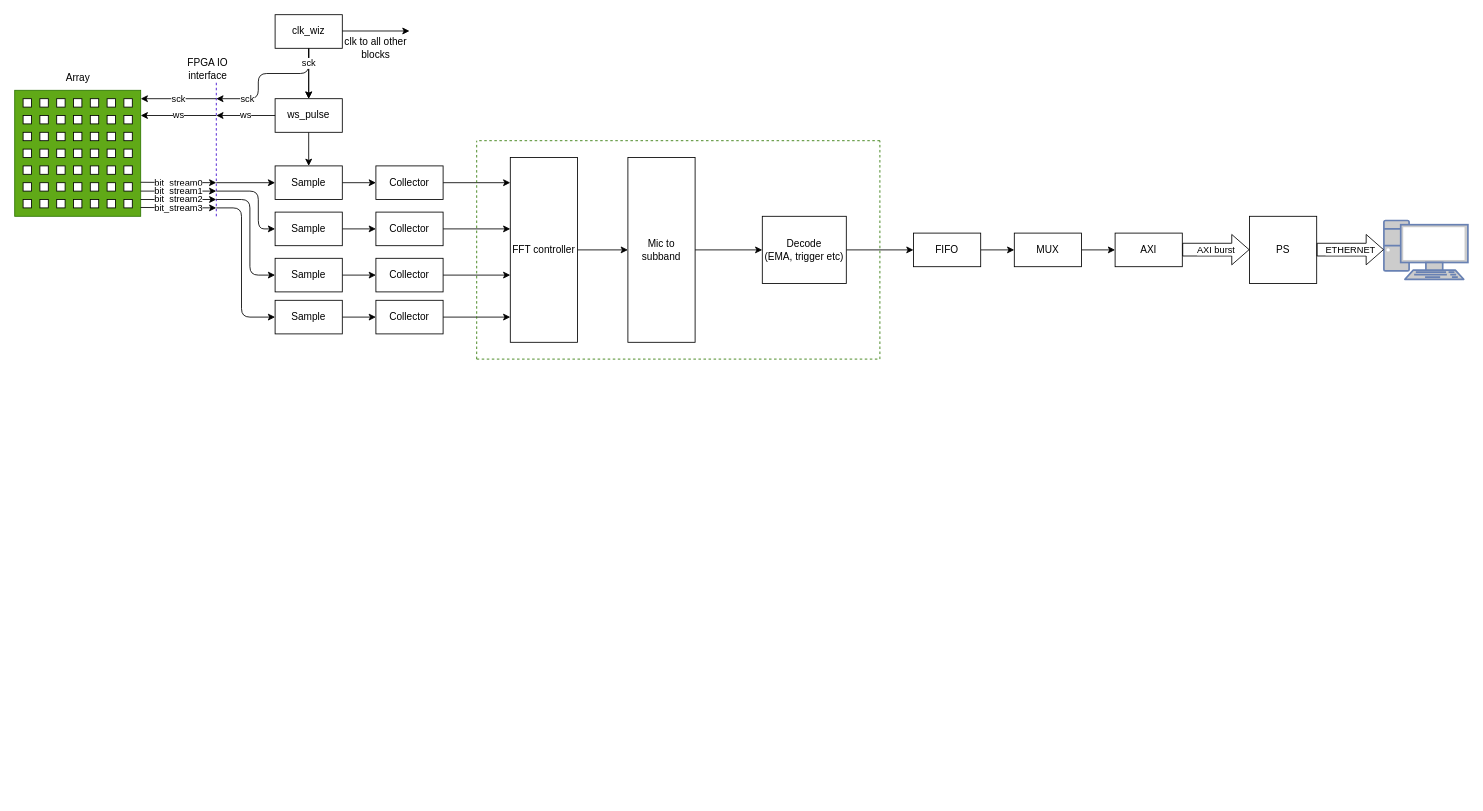
Before: doc/diagrams_exjobb/overviews/overview_2.dio in acoustic-warfare/FPGA-sampling, a draw.io diagram. Source tidied: cells renumbered, new cells numbered last; positions are measured from the earlier drawing's top-left corner, leaving out a move shared by most shapes. Both pictures are drawn from the tidied source at 84%, with x=0, y=0 at pixel (14, 14).
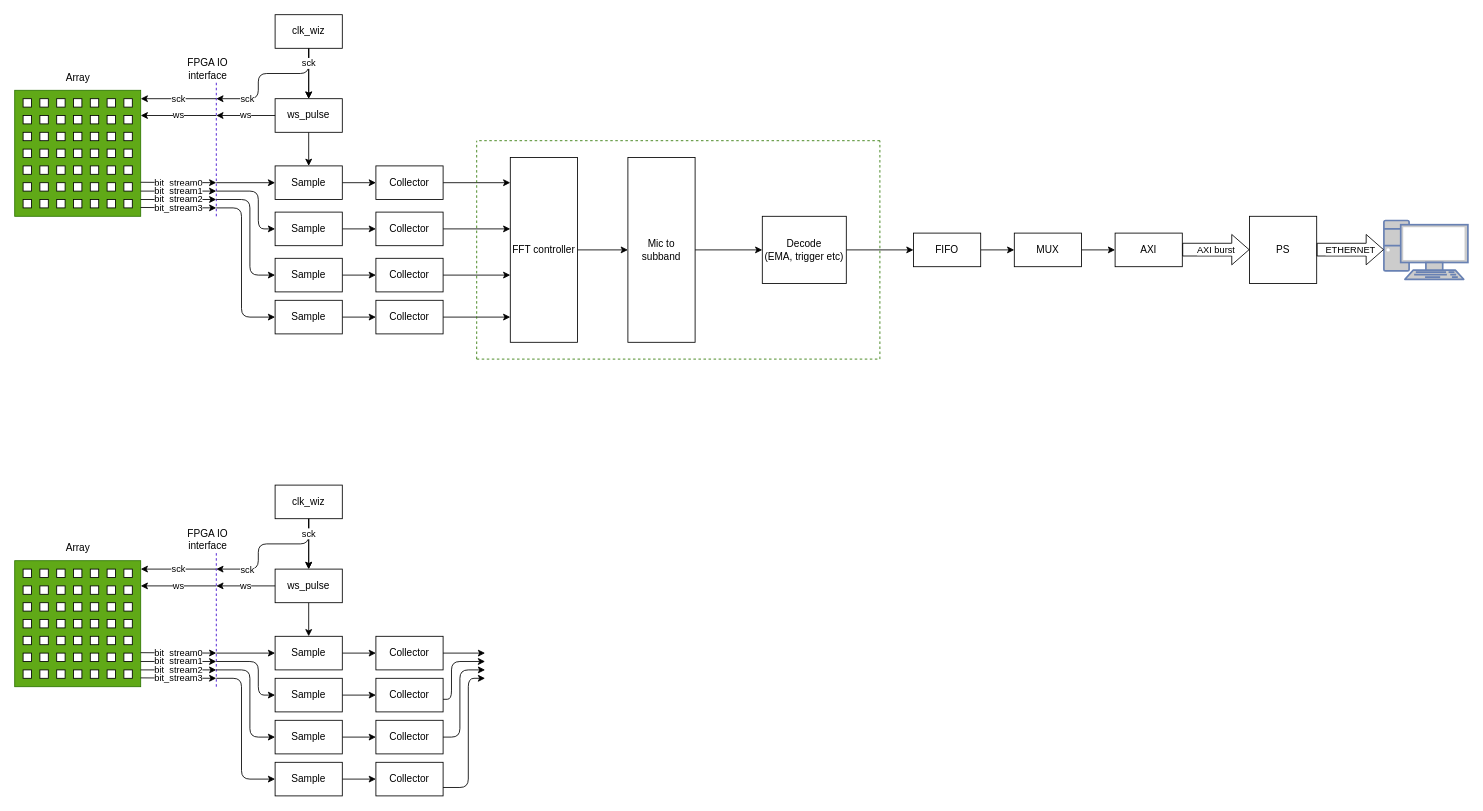
The same page after the edit.

Diff of the diagram source:
```diff
@@
-    <mxCell id="70" style="endArrow=classic;html=1;" parent="1" edge="1">
-      <mxGeometry relative="1" as="geometry">
-        <mxPoint x="390" y="19.4" as="sourcePoint" />
-        <mxPoint x="470" y="19.4" as="targetPoint" />
-      </mxGeometry>
-    </mxCell>
-    <mxCell id="71" value="clk to all other blocks" style="text;html=1;align=center;verticalAlign=middle;whiteSpace=wrap;rounded=0;" parent="1" vertex="1">
-      <mxGeometry x="390" y="20" width="80" height="40" as="geometry" />
-    </mxCell>
@@
+    <mxCell id="110" style="rounded=0;whiteSpace=wrap;html=1;fillColor=#60a917;fontColor=#ffffff;strokeColor=#2D7600;" parent="1" vertex="1">
+      <mxGeometry y="650" width="150" height="150" as="geometry" />
+    </mxCell>
+    <mxCell id="111" style="rounded=0;whiteSpace=wrap;html=1;" parent="1" vertex="1">
+      <mxGeometry x="10" y="660" width="10" height="10" as="geometry" />
+    </mxCell>
+    <mxCell id="112" style="rounded=0;whiteSpace=wrap;html=1;" parent="1" vertex="1">
+      <mxGeometry x="30" y="660" width="10" height="10" as="geometry" />
+    </mxCell>
+    <mxCell id="113" style="rounded=0;whiteSpace=wrap;html=1;" parent="1" vertex="1">
+      <mxGeometry x="50" y="660" width="10" height="10" as="geometry" />
+    </mxCell>
+    <mxCell id="114" style="rounded=0;whiteSpace=wrap;html=1;" parent="1" vertex="1">
+      <mxGeometry x="70" y="660" width="10" height="10" as="geometry" />
+    </mxCell>
+    <mxCell id="115" style="rounded=0;whiteSpace=wrap;html=1;" parent="1" vertex="1">
+      <mxGeometry x="90" y="660" width="10" height="10" as="geometry" />
+    </mxCell>
+    <mxCell id="116" style="rounded=0;whiteSpace=wrap;html=1;" parent="1" vertex="1">
+      <mxGeometry x="110" y="660" width="10" height="10" as="geometry" />
+    </mxCell>
+    <mxCell id="117" style="rounded=0;whiteSpace=wrap;html=1;" parent="1" vertex="1">
+      <mxGeometry x="130" y="660" width="10" height="10" as="geometry" />
+    </mxCell>
+    <mxCell id="118" style="rounded=0;whiteSpace=wrap;html=1;" parent="1" vertex="1">
+      <mxGeometry x="10" y="680" width="10" height="10" as="geometry" />
+    </mxCell>
+    <mxCell id="119" style="rounded=0;whiteSpace=wrap;html=1;" parent="1" vertex="1">
+      <mxGeometry x="30" y="680" width="10" height="10" as="geometry" />
+    </mxCell>
+    <mxCell id="120" style="rounded=0;whiteSpace=wrap;html=1;" parent="1" vertex="1">
+      <mxGeometry x="50" y="680" width="10" height="10" as="geometry" />
+    </mxCell>
+    <mxCell id="121" style="rounded=0;whiteSpace=wrap;html=1;" parent="1" vertex="1">
+      <mxGeometry x="70" y="680" width="10" height="10" as="geometry" />
+    </mxCell>
+    <mxCell id="122" style="rounded=0;whiteSpace=wrap;html=1;" parent="1" vertex="1">
+      <mxGeometry x="90" y="680" width="10" height="10" as="geometry" />
+    </mxCell>
+    <mxCell id="123" style="rounded=0;whiteSpace=wrap;html=1;" parent="1" vertex="1">
+      <mxGeometry x="110" y="680" width="10" height="10" as="geometry" />
+    </mxCell>
+    <mxCell id="124" style="rounded=0;whiteSpace=wrap;html=1;" parent="1" vertex="1">
+      <mxGeometry x="130" y="680" width="10" height="10" as="geometry" />
+    </mxCell>
+    <mxCell id="125" style="rounded=0;whiteSpace=wrap;html=1;" parent="1" vertex="1">
+      <mxGeometry x="10" y="700" width="10" height="10" as="geometry" />
+    </mxCell>
+    <mxCell id="126" style="rounded=0;whiteSpace=wrap;html=1;" parent="1" vertex="1">
+      <mxGeometry x="30" y="700" width="10" height="10" as="geometry" />
+    </mxCell>
+    <mxCell id="127" style="rounded=0;whiteSpace=wrap;html=1;" parent="1" vertex="1">
+      <mxGeometry x="50" y="700" width="10" height="10" as="geometry" />
+    </mxCell>
+    <mxCell id="128" style="rounded=0;whiteSpace=wrap;html=1;" parent="1" vertex="1">
+      <mxGeometry x="70" y="700" width="10" height="10" as="geometry" />
+    </mxCell>
+    <mxCell id="129" style="rounded=0;whiteSpace=wrap;html=1;" parent="1" vertex="1">
+      <mxGeometry x="90" y="700" width="10" height="10" as="geometry" />
+    </mxCell>
+    <mxCell id="130" style="rounded=0;whiteSpace=wrap;html=1;" parent="1" vertex="1">
+      <mxGeometry x="110" y="700" width="10" height="10" as="geometry" />
+    </mxCell>
+    <mxCell id="131" style="rounded=0;whiteSpace=wrap;html=1;" parent="1" vertex="1">
+      <mxGeometry x="130" y="700" width="10" height="10" as="geometry" />
+    </mxCell>
+    <mxCell id="132" style="rounded=0;whiteSpace=wrap;html=1;" parent="1" vertex="1">
+      <mxGeometry x="10" y="720" width="10" height="10" as="geometry" />
+    </mxCell>
+    <mxCell id="133" style="rounded=0;whiteSpace=wrap;html=1;" parent="1" vertex="1">
+      <mxGeometry x="30" y="720" width="10" height="10" as="geometry" />
+    </mxCell>
+    <mxCell id="134" style="rounded=0;whiteSpace=wrap;html=1;" parent="1" vertex="1">
+      <mxGeometry x="50" y="720" width="10" height="10" as="geometry" />
+    </mxCell>
+    <mxCell id="135" style="rounded=0;whiteSpace=wrap;html=1;" parent="1" vertex="1">
+      <mxGeometry x="70" y="720" width="10" height="10" as="geometry" />
+    </mxCell>
+    <mxCell id="136" style="rounded=0;whiteSpace=wrap;html=1;" parent="1" vertex="1">
+      <mxGeometry x="90" y="720" width="10" height="10" as="geometry" />
+    </mxCell>
+    <mxCell id="137" style="rounded=0;whiteSpace=wrap;html=1;" parent="1" vertex="1">
+      <mxGeometry x="110" y="720" width="10" height="10" as="geometry" />
+    </mxCell>
+    <mxCell id="138" style="rounded=0;whiteSpace=wrap;html=1;" parent="1" vertex="1">
+      <mxGeometry x="130" y="720" width="10" height="10" as="geometry" />
+    </mxCell>
+    <mxCell id="139" style="rounded=0;whiteSpace=wrap;html=1;" parent="1" vertex="1">
+      <mxGeometry x="10" y="740" width="10" height="10" as="geometry" />
+    </mxCell>
+    <mxCell id="140" style="rounded=0;whiteSpace=wrap;html=1;" parent="1" vertex="1">
+      <mxGeometry x="30" y="740" width="10" height="10" as="geometry" />
+    </mxCell>
+    <mxCell id="141" style="rounded=0;whiteSpace=wrap;html=1;" parent="1" vertex="1">
+      <mxGeometry x="50" y="740" width="10" height="10" as="geometry" />
+    </mxCell>
+    <mxCell id="142" style="rounded=0;whiteSpace=wrap;html=1;" parent="1" vertex="1">
+      <mxGeometry x="70" y="740" width="10" height="10" as="geometry" />
+    </mxCell>
+    <mxCell id="143" style="rounded=0;whiteSpace=wrap;html=1;" parent="1" vertex="1">
+      <mxGeometry x="90" y="740" width="10" height="10" as="geometry" />
+    </mxCell>
+    <mxCell id="144" style="rounded=0;whiteSpace=wrap;html=1;" parent="1" vertex="1">
+      <mxGeometry x="110" y="740" width="10" height="10" as="geometry" />
+    </mxCell>
+    <mxCell id="145" style="rounded=0;whiteSpace=wrap;html=1;" parent="1" vertex="1">
+      <mxGeometry x="130" y="740" width="10" height="10" as="geometry" />
+    </mxCell>
+    <mxCell id="146" style="rounded=0;whiteSpace=wrap;html=1;" parent="1" vertex="1">
+      <mxGeometry x="10" y="760" width="10" height="10" as="geometry" />
+    </mxCell>
+    <mxCell id="147" style="rounded=0;whiteSpace=wrap;html=1;" parent="1" vertex="1">
+      <mxGeometry x="30" y="760" width="10" height="10" as="geometry" />
+    </mxCell>
+    <mxCell id="148" style="rounded=0;whiteSpace=wrap;html=1;" parent="1" vertex="1">
+      <mxGeometry x="50" y="760" width="10" height="10" as="geometry" />
+    </mxCell>
+    <mxCell id="149" style="rounded=0;whiteSpace=wrap;html=1;" parent="1" vertex="1">
+      <mxGeometry x="70" y="760" width="10" height="10" as="geometry" />
+    </mxCell>
+    <mxCell id="150" style="rounded=0;whiteSpace=wrap;html=1;" parent="1" vertex="1">
+      <mxGeometry x="90" y="760" width="10" height="10" as="geometry" />
+    </mxCell>
+    <mxCell id="151" style="rounded=0;whiteSpace=wrap;html=1;" parent="1" vertex="1">
+      <mxGeometry x="110" y="760" width="10" height="10" as="geometry" />
+    </mxCell>
+    <mxCell id="152" style="rounded=0;whiteSpace=wrap;html=1;" parent="1" vertex="1">
+      <mxGeometry x="130" y="760" width="10" height="10" as="geometry" />
+    </mxCell>
+    <mxCell id="153" style="rounded=0;whiteSpace=wrap;html=1;" parent="1" vertex="1">
+      <mxGeometry x="10" y="780" width="10" height="10" as="geometry" />
+    </mxCell>
+    <mxCell id="154" style="rounded=0;whiteSpace=wrap;html=1;" parent="1" vertex="1">
+      <mxGeometry x="30" y="780" width="10" height="10" as="geometry" />
+    </mxCell>
+    <mxCell id="155" style="rounded=0;whiteSpace=wrap;html=1;" parent="1" vertex="1">
+      <mxGeometry x="50" y="780" width="10" height="10" as="geometry" />
+    </mxCell>
+    <mxCell id="156" style="rounded=0;whiteSpace=wrap;html=1;" parent="1" vertex="1">
+      <mxGeometry x="70" y="780" width="10" height="10" as="geometry" />
+    </mxCell>
+    <mxCell id="157" style="rounded=0;whiteSpace=wrap;html=1;" parent="1" vertex="1">
+      <mxGeometry x="90" y="780" width="10" height="10" as="geometry" />
+    </mxCell>
+    <mxCell id="158" style="rounded=0;whiteSpace=wrap;html=1;" parent="1" vertex="1">
+      <mxGeometry x="110" y="780" width="10" height="10" as="geometry" />
+    </mxCell>
+    <mxCell id="159" style="rounded=0;whiteSpace=wrap;html=1;" parent="1" vertex="1">
+      <mxGeometry x="130" y="780" width="10" height="10" as="geometry" />
+    </mxCell>
+    <mxCell id="160" value="Array" style="text;html=1;align=center;verticalAlign=middle;strokeColor=none;fillColor=none;" parent="1" vertex="1">
+      <mxGeometry x="50" y="620" width="50" height="30" as="geometry" />
+    </mxCell>
+    <mxCell id="161" value="bit_stream0" style="endArrow=classic;html=1;entryX=0;entryY=0;entryDx=0;entryDy=0;entryPerimeter=0;" parent="1" edge="1" target="179">
+      <mxGeometry relative="1" as="geometry">
+        <mxPoint x="150" y="759.5" as="sourcePoint" />
+      </mxGeometry>
+    </mxCell>
+    <mxCell id="162" value="ws" style="endArrow=classic;html=1;" parent="1" edge="1">
+      <mxGeometry relative="1" as="geometry">
+        <mxPoint x="240" y="680" as="sourcePoint" />
+        <mxPoint x="150" y="680" as="targetPoint" />
+      </mxGeometry>
+    </mxCell>
+    <mxCell id="163" value="sck" style="endArrow=classic;html=1;" parent="1" edge="1">
+      <mxGeometry relative="1" as="geometry">
+        <mxPoint x="240" y="660" as="sourcePoint" />
+        <mxPoint x="150" y="660" as="targetPoint" />
+      </mxGeometry>
+    </mxCell>
+    <mxCell id="164" value="bit_stream1" style="endArrow=classic;html=1;entryX=0;entryY=0;entryDx=0;entryDy=0;entryPerimeter=0;" parent="1" edge="1" target="190">
+      <mxGeometry relative="1" as="geometry">
+        <mxPoint x="150" y="770" as="sourcePoint" />
+      </mxGeometry>
+    </mxCell>
+    <mxCell id="165" value="bit_stream2" style="endArrow=classic;html=1;entryX=0;entryY=0;entryDx=0;entryDy=0;entryPerimeter=0;" parent="1" edge="1" target="191">
+      <mxGeometry relative="1" as="geometry">
+        <mxPoint x="150" y="780" as="sourcePoint" />
+      </mxGeometry>
+    </mxCell>
+    <mxCell id="166" value="bit_stream3" style="endArrow=classic;html=1;entryX=0;entryY=0;entryDx=0;entryDy=0;entryPerimeter=0;" parent="1" edge="1" target="192">
+      <mxGeometry relative="1" as="geometry">
+        <mxPoint x="150" y="789.5" as="sourcePoint" />
+      </mxGeometry>
+    </mxCell>
+    <mxCell id="167" style="endArrow=none;dashed=1;html=1;fillColor=#6a00ff;strokeColor=#3700CC;" parent="1" edge="1">
+      <mxGeometry relative="1" as="geometry">
+        <mxPoint x="240" y="800" as="sourcePoint" />
+        <mxPoint x="240" y="640" as="targetPoint" />
+      </mxGeometry>
+    </mxCell>
+    <mxCell id="168" value="FPGA IO interface" style="text;html=1;align=center;verticalAlign=middle;whiteSpace=wrap;rounded=0;" parent="1" vertex="1">
+      <mxGeometry x="200" y="610" width="60" height="30" as="geometry" />
+    </mxCell>
+    <mxCell id="169" style="edgeStyle=none;html=1;entryX=0.5;entryY=0;entryDx=0;entryDy=0;" parent="1" edge="1" source="171" target="173">
+      <mxGeometry relative="1" as="geometry" />
+    </mxCell>
+    <mxCell id="170" style="edgeStyle=none;html=1;" parent="1" edge="1" source="171" target="173">
+      <mxGeometry relative="1" as="geometry" />
+    </mxCell>
+    <mxCell id="171" value="clk_wiz" style="rounded=0;whiteSpace=wrap;html=1;" parent="1" vertex="1">
+      <mxGeometry x="310" y="560" width="80" height="40" as="geometry" />
+    </mxCell>
+    <mxCell id="172" style="edgeStyle=none;html=1;entryX=0.5;entryY=0;entryDx=0;entryDy=0;" parent="1" edge="1" source="173" target="178">
+      <mxGeometry relative="1" as="geometry" />
+    </mxCell>
+    <mxCell id="173" value="ws_pulse" style="rounded=0;whiteSpace=wrap;html=1;" parent="1" vertex="1">
+      <mxGeometry x="310" y="660" width="80" height="40" as="geometry" />
+    </mxCell>
+    <mxCell id="174" value="ws" style="endArrow=classic;html=1;" parent="1" edge="1">
+      <mxGeometry relative="1" as="geometry">
+        <mxPoint x="310" y="680" as="sourcePoint" />
+        <mxPoint x="240" y="680" as="targetPoint" />
+      </mxGeometry>
+    </mxCell>
+    <mxCell id="175" value="sck" style="edgeStyle=none;html=1;" parent="1" edge="1" source="171">
+      <mxGeometry x="-0.79" relative="1" as="geometry">
+        <mxPoint x="240" y="660" as="targetPoint" />
+        <Array as="points">
+          <mxPoint x="350" y="630" />
+          <mxPoint x="290" y="630" />
+          <mxPoint x="290" y="660" />
+        </Array>
+      </mxGeometry>
+    </mxCell>
+    <mxCell id="176" value="sck" style="edgeLabel;html=1;align=center;verticalAlign=middle;" parent="175" vertex="1">
+      <mxGeometry x="0.58" relative="1" as="geometry" />
+    </mxCell>
+    <mxCell id="177" style="edgeStyle=none;html=1;entryX=0;entryY=0.5;entryDx=0;entryDy=0;" parent="1" edge="1" source="178" target="180">
+      <mxGeometry relative="1" as="geometry" />
+    </mxCell>
+    <mxCell id="178" value="Sample" style="rounded=0;whiteSpace=wrap;html=1;" parent="1" vertex="1">
+      <mxGeometry x="310" y="740" width="80" height="40" as="geometry" />
+    </mxCell>
+    <mxCell id="179" style="endArrow=classic;html=1;" parent="1" edge="1">
+      <mxGeometry relative="1" as="geometry">
+        <mxPoint x="240" y="760" as="sourcePoint" />
+        <mxPoint x="310" y="760" as="targetPoint" />
+      </mxGeometry>
+    </mxCell>
+    <mxCell id="180" value="Collector" style="rounded=0;whiteSpace=wrap;html=1;" parent="1" vertex="1">
+      <mxGeometry x="430" y="740" width="80" height="40" as="geometry" />
+    </mxCell>
+    <mxCell id="181" style="edgeStyle=none;html=1;entryX=0;entryY=0.5;entryDx=0;entryDy=0;" parent="1" edge="1" source="182" target="183">
+      <mxGeometry relative="1" as="geometry" />
+    </mxCell>
+    <mxCell id="182" value="Sample" style="rounded=0;whiteSpace=wrap;html=1;" parent="1" vertex="1">
+      <mxGeometry x="310" y="790" width="80" height="40" as="geometry" />
+    </mxCell>
+    <mxCell id="183" value="Collector" style="rounded=0;whiteSpace=wrap;html=1;" parent="1" vertex="1">
+      <mxGeometry x="430" y="790" width="80" height="40" as="geometry" />
+    </mxCell>
+    <mxCell id="184" style="edgeStyle=none;html=1;entryX=0;entryY=0.5;entryDx=0;entryDy=0;" parent="1" edge="1" source="185" target="186">
+      <mxGeometry relative="1" as="geometry" />
+    </mxCell>
+    <mxCell id="185" value="Sample" style="rounded=0;whiteSpace=wrap;html=1;" parent="1" vertex="1">
+      <mxGeometry x="310" y="840" width="80" height="40" as="geometry" />
+    </mxCell>
+    <mxCell id="186" value="Collector" style="rounded=0;whiteSpace=wrap;html=1;" parent="1" vertex="1">
+      <mxGeometry x="430" y="840" width="80" height="40" as="geometry" />
+    </mxCell>
+    <mxCell id="187" style="edgeStyle=none;html=1;entryX=0;entryY=0.5;entryDx=0;entryDy=0;" parent="1" edge="1" source="188" target="189">
+      <mxGeometry relative="1" as="geometry" />
+    </mxCell>
+    <mxCell id="188" value="Sample" style="rounded=0;whiteSpace=wrap;html=1;" parent="1" vertex="1">
+      <mxGeometry x="310" y="890" width="80" height="40" as="geometry" />
+    </mxCell>
+    <mxCell id="189" value="Collector" style="rounded=0;whiteSpace=wrap;html=1;" parent="1" vertex="1">
+      <mxGeometry x="430" y="890" width="80" height="40" as="geometry" />
+    </mxCell>
+    <mxCell id="190" style="endArrow=classic;html=1;entryX=0;entryY=0.5;entryDx=0;entryDy=0;" parent="1" edge="1" target="182">
+      <mxGeometry relative="1" as="geometry">
+        <mxPoint x="240" y="770" as="sourcePoint" />
+        <Array as="points">
+          <mxPoint x="290" y="770" />
+          <mxPoint x="290" y="810" />
+        </Array>
+      </mxGeometry>
+    </mxCell>
+    <mxCell id="191" style="endArrow=classic;html=1;entryX=0;entryY=0.5;entryDx=0;entryDy=0;" parent="1" edge="1" target="185">
+      <mxGeometry relative="1" as="geometry">
+        <mxPoint x="240" y="780" as="sourcePoint" />
+        <Array as="points">
+          <mxPoint x="280" y="780" />
+          <mxPoint x="280" y="860" />
+        </Array>
+      </mxGeometry>
+    </mxCell>
+    <mxCell id="192" style="endArrow=classic;html=1;entryX=0;entryY=0.5;entryDx=0;entryDy=0;" parent="1" edge="1" target="188">
+      <mxGeometry relative="1" as="geometry">
+        <mxPoint x="240" y="790" as="sourcePoint" />
+        <Array as="points">
+          <mxPoint x="270" y="790" />
+          <mxPoint x="270" y="910" />
+        </Array>
+      </mxGeometry>
+    </mxCell>
+    <mxCell id="193" style="edgeStyle=none;html=1;" parent="1" edge="1">
+      <mxGeometry relative="1" as="geometry">
+        <mxPoint x="510" y="760" as="sourcePoint" />
+        <mxPoint x="560" y="760" as="targetPoint" />
+      </mxGeometry>
+    </mxCell>
+    <mxCell id="194" style="edgeStyle=none;html=1;" parent="1" edge="1">
+      <mxGeometry relative="1" as="geometry">
+        <mxPoint x="510" y="815" as="sourcePoint" />
+        <mxPoint x="560" y="770" as="targetPoint" />
+        <Array as="points">
+          <mxPoint x="520" y="815" />
+          <mxPoint x="520" y="770" />
+        </Array>
+      </mxGeometry>
+    </mxCell>
+    <mxCell id="195" style="edgeStyle=none;html=1;exitX=1;exitY=0.5;exitDx=0;exitDy=0;" parent="1" edge="1" source="186">
+      <mxGeometry relative="1" as="geometry">
+        <mxPoint x="560" y="780" as="targetPoint" />
+        <Array as="points">
+          <mxPoint x="530" y="860" />
+          <mxPoint x="530" y="780" />
+        </Array>
+      </mxGeometry>
+    </mxCell>
+    <mxCell id="196" style="edgeStyle=none;html=1;" parent="1" edge="1">
+      <mxGeometry relative="1" as="geometry">
+        <mxPoint x="510" y="920" as="sourcePoint" />
+        <mxPoint x="560" y="790" as="targetPoint" />
+        <Array as="points">
+          <mxPoint x="540" y="920" />
+          <mxPoint x="540" y="790" />
+        </Array>
+      </mxGeometry>
+    </mxCell>
```
